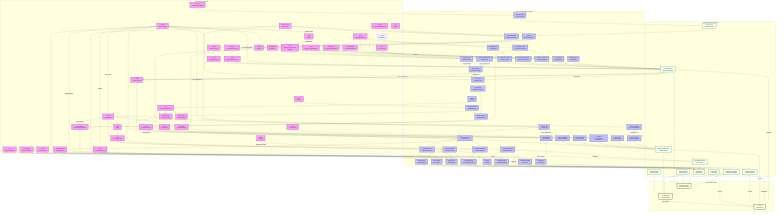
sayuj1989-ops/life keeps this Mermaid diagram as docs/figures/scoliosis_mechanism_map.png. Above is the earlier version. Its source is kept beside it as docs/figures/scoliosis_mechanism_map.mmd.
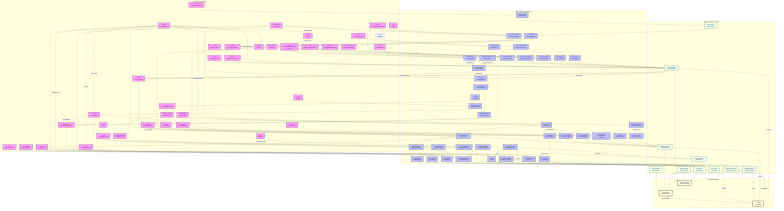
After the commit.

Commit message:
weekly-map: add ADGRG6 mechano-chemical relay arc

The edit, as a diff of the source:
```diff
@@ -80,6 +80,7 @@
         VEGF_A[VEGF-A/PGE2<br/>Secretory Response]
         Ferroptosis[Ferroptosis<br/>Iron Overload]
         Membrane_Tension[Membrane Tension<br/>Buffering Reserve]
+        cAMP_Signaling[cAMP Signaling<br/>Mechano-chemical Relay]
     end
 
     subgraph Tissue [Tissue Mechanics & Properties]
@@ -130,7 +131,8 @@
 
     RUNX3 --> Proprio_Maint
 
-    ADGRG6 --> Disc_Maint
+    ADGRG6 --> cAMP_Signaling
+    cAMP_Signaling --> Disc_Maint
     Disc_Maint --> Stiffness
 
     PTK7 --> PCP_Sig
@@ -280,6 +282,6 @@
     Membrane_Tension --> YAP
 
     class HOX,COL,PIEZO1,PIEZO2,CILIA,LBX1,ADGRG6,PTK7,YAP,PKD2L1,MMP,URP,UTS2R,GFAP,VIM,LAMIN,BMAL1,RUNX3,METTL3,ESR1,MELATONIN,MT2,HIF1A,POC5,DSTYK,TFEB,Beta_Catenin,DPY19L1L,IGF1R,GHR,SOST,FBN1,CCN,PPARGC1A,KCNQ,GPX4,CAV1 gene;
-    class Region,ECM_Assembly,Mech_Trans,Sym_Break,Neur_Diff,Muscle_Diff,Disc_Maint,PCP_Sig,Nucl_Shuttle,CSF_Sensing,Degradation,Astrogliosis,mtROS,Adipogenesis,Hydraulic_Congestion,Immune_Infilt,Circadian_Entrain,Proprio_Maint,H3K9me3,VCL_Stasis,Glymphatic_Stasis,Vestibular_Input,Gi_cAMP,Ciliary_Tuning,Hypoxia,Osteogenesis,Ciliary_Splint,Vacuole_Biogenesis,C_Mannosylation,Rapid_Growth,Energy_Deficit,mtBiogenesis,Fibrosis,TGFB,Osteocyte_Dendrite,Actin_Dynamics,VEGF_A,Ferroptosis,Membrane_Tension process;
+    class Region,ECM_Assembly,Mech_Trans,Sym_Break,Neur_Diff,Muscle_Diff,Disc_Maint,PCP_Sig,Nucl_Shuttle,CSF_Sensing,Degradation,Astrogliosis,mtROS,Adipogenesis,Hydraulic_Congestion,Immune_Infilt,Circadian_Entrain,Proprio_Maint,H3K9me3,VCL_Stasis,Glymphatic_Stasis,Vestibular_Input,Gi_cAMP,Ciliary_Tuning,Hypoxia,Osteogenesis,Ciliary_Splint,Vacuole_Biogenesis,C_Mannosylation,Rapid_Growth,Energy_Deficit,mtBiogenesis,Fibrosis,TGFB,Osteocyte_Dendrite,Actin_Dynamics,VEGF_A,Ferroptosis,Membrane_Tension,cAMP_Signaling process;
     class Rest_Kappa,Stiffness,Torsional_Stiffness,Gain,Torsion,Muscle_Tone,Anisotropy,TMD,Reissner_Fiber,Growth_Plate_Dysplasia tissue;
     class S_Curve,Stability,Scoliosis outcome;
```
